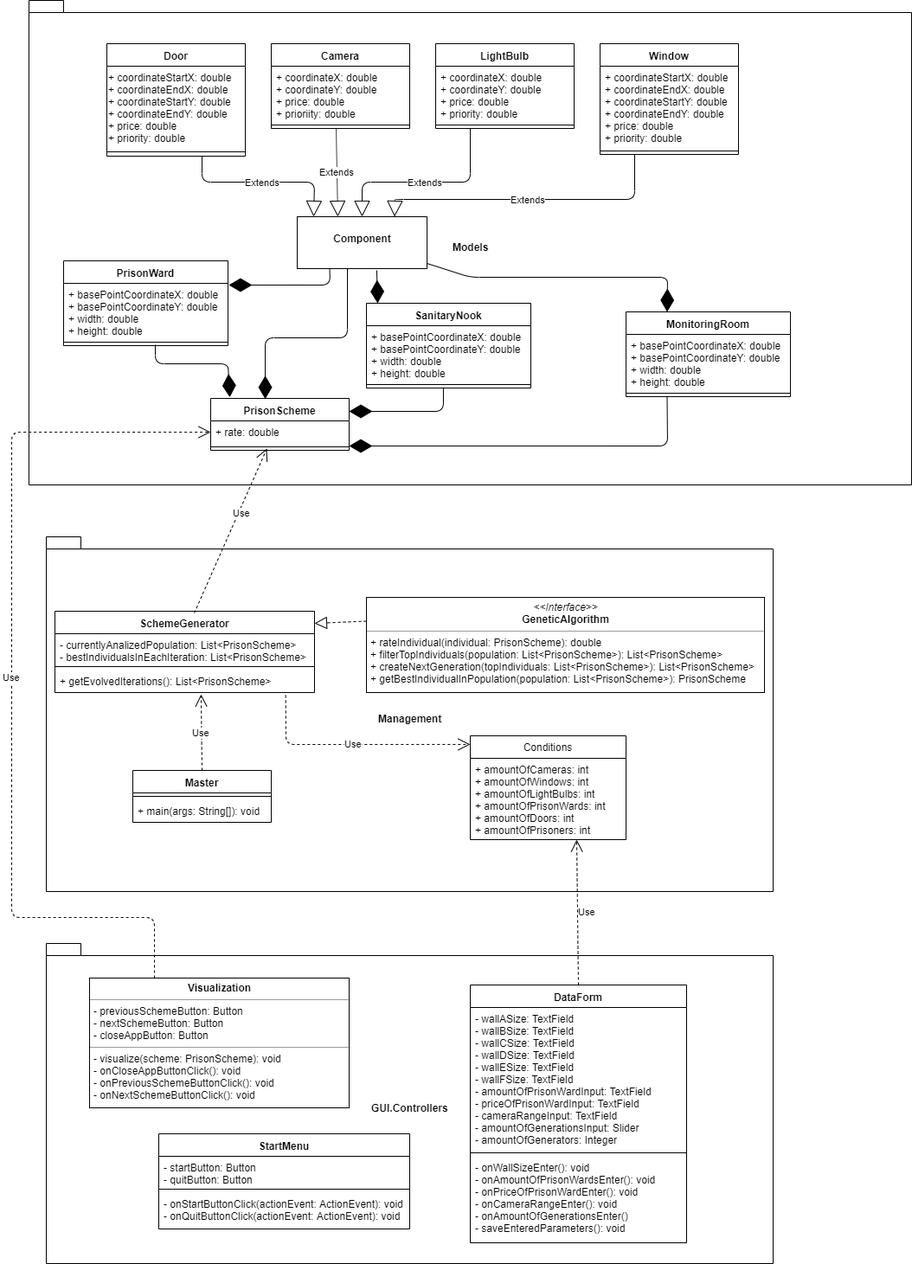
This is Specyfikacja_implementacyjna_RealityForetell/Class_diagram_Reality_Foretell.png from ElAdriano/reality-foretell, a draw.io export, as it was before one commit. Source tidied: cells renumbered, new cells last; positions are measured from the earlier drawing's top-left corner, leaving out a move shared by most shapes.
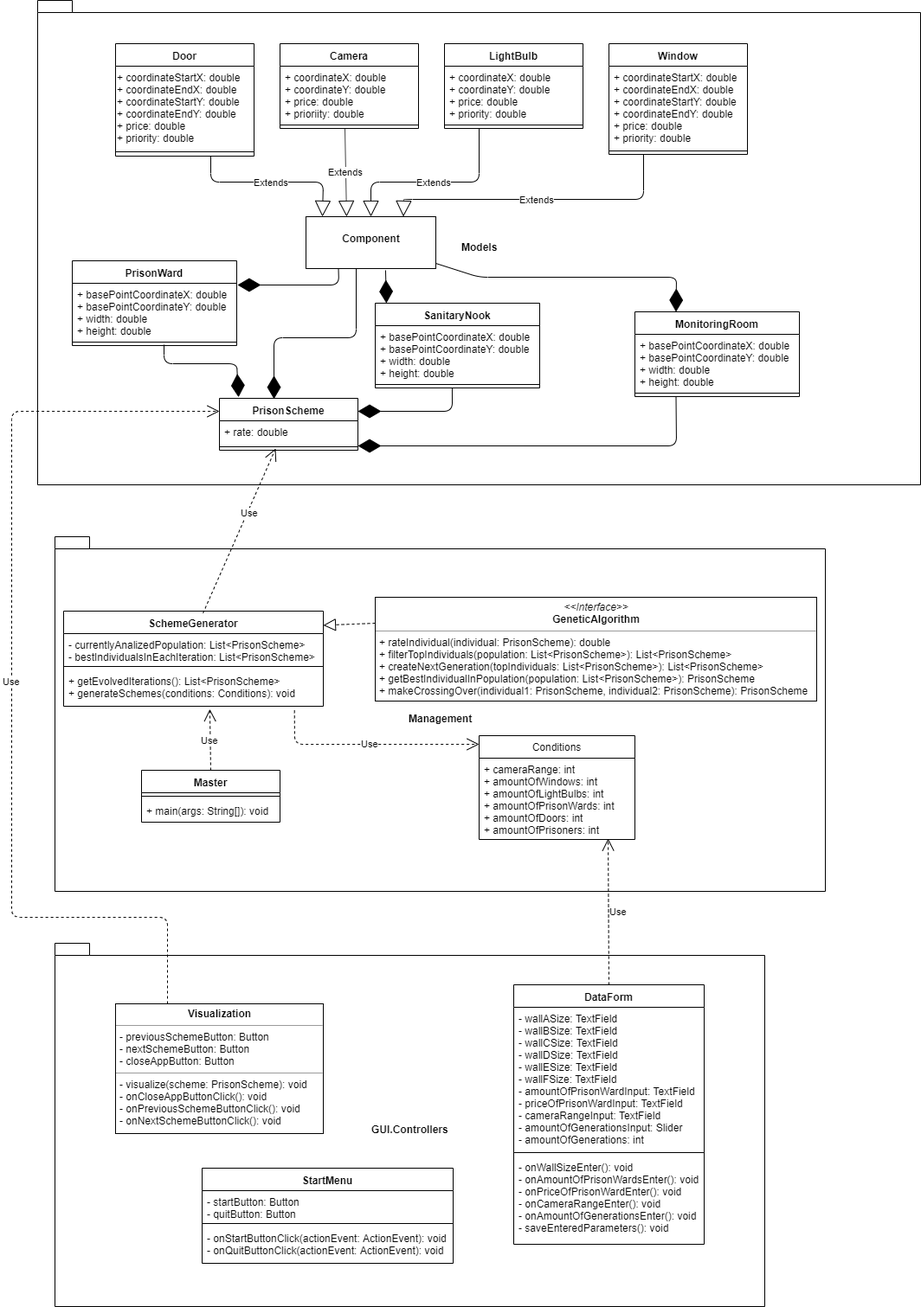
Above is the later version.

Diff of the diagram source:
```diff
@@ -3,7 +3,7 @@
     <mxCell id="0" />
     <mxCell id="1" parent="0" />
     <mxCell id="2" value="Management" style="shape=folder;fontStyle=1;spacingTop=10;tabWidth=40;tabHeight=14;tabPosition=left;html=1;" parent="1" vertex="1">
-      <mxGeometry x="40" y="620" width="840" height="410" as="geometry" />
+      <mxGeometry x="40" y="620" width="890" height="410" as="geometry" />
     </mxCell>
     <mxCell id="3" value="Master" style="swimlane;fontStyle=1;align=center;verticalAlign=top;horizontal=1;startSize=26;" parent="1" vertex="1">
       <mxGeometry x="140" y="890" width="160" height="60" as="geometry" />
@@ -15,7 +15,7 @@
       <mxGeometry y="34" width="160" height="26" as="geometry" />
     </mxCell>
     <mxCell id="6" value="SchemeGenerator" style="swimlane;fontStyle=1;align=center;verticalAlign=top;horizontal=1;startSize=26;" parent="1" vertex="1">
-      <mxGeometry x="50" y="706" width="300" height="94" as="geometry" />
+      <mxGeometry x="50" y="706" width="300" height="110" as="geometry" />
     </mxCell>
     <mxCell id="7" value="- currentlyAnalizedPopulation: List&lt;PrisonScheme&gt;&#10;- bestIndividualsInEachIteration: List&lt;PrisonScheme&gt;" style="text;strokeColor=none;fillColor=none;align=left;verticalAlign=top;spacingLeft=4;spacingRight=4;overflow=hidden;" parent="6" vertex="1">
       <mxGeometry y="26" width="300" height="34" as="geometry" />
@@ -23,11 +23,11 @@
     <mxCell id="8" style="line;strokeWidth=1;fillColor=none;align=left;verticalAlign=middle;spacingTop=-1;spacingLeft=3;spacingRight=3;labelPosition=right;" parent="6" vertex="1">
       <mxGeometry y="60" width="300" height="8" as="geometry" />
     </mxCell>
-    <mxCell id="9" value="+ getEvolvedIterations(): List&lt;PrisonScheme&gt;" style="text;strokeColor=none;fillColor=none;align=left;verticalAlign=top;spacingLeft=4;spacingRight=4;overflow=hidden;points=[[0,0.5],[1,0.5]];portConstraint=eastwest;" parent="6" vertex="1">
-      <mxGeometry y="68" width="300" height="26" as="geometry" />
+    <mxCell id="9" value="+ getEvolvedIterations(): List&lt;PrisonScheme&gt;&#10;+ generateSchemes(conditions: Conditions): void" style="text;strokeColor=none;fillColor=none;align=left;verticalAlign=top;spacingLeft=4;spacingRight=4;overflow=hidden;points=[[0,0.5],[1,0.5]];portConstraint=eastwest;" parent="6" vertex="1">
+      <mxGeometry y="68" width="300" height="42" as="geometry" />
     </mxCell>
-    <mxCell id="10" value="&lt;p style=&quot;margin: 0px ; margin-top: 4px ; text-align: center&quot;&gt;&lt;i&gt;&amp;lt;&amp;lt;Interface&amp;gt;&amp;gt;&lt;/i&gt;&lt;br&gt;&lt;b&gt;GeneticAlgorithm&lt;/b&gt;&lt;/p&gt;&lt;hr size=&quot;1&quot;&gt;&lt;p style=&quot;margin: 0px ; margin-left: 4px&quot;&gt;+ rateIndividual(individual: PrisonScheme): double&lt;br&gt;+ filterTopIndividuals(population: List&amp;lt;PrisonScheme&amp;gt;): List&amp;lt;PrisonScheme&amp;gt;&lt;/p&gt;&lt;p style=&quot;margin: 0px ; margin-left: 4px&quot;&gt;+ createNextGeneration(topIndividuals: List&amp;lt;PrisonScheme&amp;gt;): List&amp;lt;PrisonScheme&amp;gt;&lt;/p&gt;&lt;p style=&quot;margin: 0px ; margin-left: 4px&quot;&gt;+ getBestIndividualInPopulation(population: List&amp;lt;PrisonScheme&amp;gt;): PrisonScheme&lt;/p&gt;" style="verticalAlign=top;align=left;overflow=fill;fontSize=12;fontFamily=Helvetica;html=1;" parent="1" vertex="1">
-      <mxGeometry x="410" y="690" width="460" height="110" as="geometry" />
+    <mxCell id="10" value="&lt;p style=&quot;margin: 0px ; margin-top: 4px ; text-align: center&quot;&gt;&lt;i&gt;&amp;lt;&amp;lt;Interface&amp;gt;&amp;gt;&lt;/i&gt;&lt;br&gt;&lt;b&gt;GeneticAlgorithm&lt;/b&gt;&lt;/p&gt;&lt;hr size=&quot;1&quot;&gt;&lt;p style=&quot;margin: 0px ; margin-left: 4px&quot;&gt;+ rateIndividual(individual: PrisonScheme): double&lt;br&gt;+ filterTopIndividuals(population: List&amp;lt;PrisonScheme&amp;gt;): List&amp;lt;PrisonScheme&amp;gt;&lt;/p&gt;&lt;p style=&quot;margin: 0px ; margin-left: 4px&quot;&gt;+ createNextGeneration(topIndividuals: List&amp;lt;PrisonScheme&amp;gt;): List&amp;lt;PrisonScheme&amp;gt;&lt;/p&gt;&lt;p style=&quot;margin: 0px ; margin-left: 4px&quot;&gt;+ getBestIndividualInPopulation(population: List&amp;lt;PrisonScheme&amp;gt;): PrisonScheme&lt;/p&gt;&lt;p style=&quot;margin: 0px ; margin-left: 4px&quot;&gt;+ makeCrossingOver(individual1: PrisonScheme, individual2: PrisonScheme): PrisonScheme&lt;/p&gt;" style="verticalAlign=top;align=left;overflow=fill;fontSize=12;fontFamily=Helvetica;html=1;" parent="1" vertex="1">
+      <mxGeometry x="410" y="690" width="510" height="120" as="geometry" />
     </mxCell>
     <mxCell id="11" style="endArrow=block;dashed=1;endFill=0;endSize=12;html=1;entryX=1;entryY=0.149;entryDx=0;entryDy=0;entryPerimeter=0;exitX=0;exitY=0.25;exitDx=0;exitDy=0;" parent="1" edge="1" source="10" target="6">
       <mxGeometry relative="1" as="geometry" />
@@ -38,7 +38,7 @@
     <mxCell id="13" value="Conditions" style="swimlane;fontStyle=0;horizontal=1;startSize=26;fillColor=none;" parent="1" vertex="1">
       <mxGeometry x="530" y="850" width="180" height="120" as="geometry" />
     </mxCell>
-    <mxCell id="14" value="+ amountOfCameras: int&#10;+ amountOfWindows: int&#10;+ amountOfLightBulbs: int&#10;+ amountOfPrisonWards: int&#10;+ amountOfDoors: int&#10;+ amountOfPrisoners: int" style="text;strokeColor=none;fillColor=none;align=left;verticalAlign=top;spacingLeft=4;spacingRight=4;overflow=hidden;points=[[0,0.5],[1,0.5]];portConstraint=eastwest;" parent="13" vertex="1">
+    <mxCell id="14" value="+ cameraRange: int&#10;+ amountOfWindows: int&#10;+ amountOfLightBulbs: int&#10;+ amountOfPrisonWards: int&#10;+ amountOfDoors: int&#10;+ amountOfPrisoners: int" style="text;strokeColor=none;fillColor=none;align=left;verticalAlign=top;spacingLeft=4;spacingRight=4;overflow=hidden;points=[[0,0.5],[1,0.5]];portConstraint=eastwest;" parent="13" vertex="1">
       <mxGeometry y="26" width="180" height="94" as="geometry" />
     </mxCell>
     <mxCell id="15" value="Models" style="shape=folder;fontStyle=1;spacingTop=10;tabWidth=40;tabHeight=14;tabPosition=left;html=1;" parent="1" vertex="1">
@@ -211,10 +211,10 @@
       </mxGeometry>
     </mxCell>
     <mxCell id="54" value="GUI.Controllers" style="shape=folder;fontStyle=1;spacingTop=10;tabWidth=40;tabHeight=14;tabPosition=left;html=1;" parent="1" vertex="1">
-      <mxGeometry x="40" y="1090" width="840" height="370" as="geometry" />
+      <mxGeometry x="40" y="1090" width="820" height="420" as="geometry" />
     </mxCell>
     <mxCell id="55" value="StartMenu" style="swimlane;fontStyle=1;align=center;verticalAlign=top;horizontal=1;startSize=26;" parent="1" vertex="1">
-      <mxGeometry x="170" y="1310" width="290" height="110" as="geometry" />
+      <mxGeometry x="210" y="1350" width="290" height="110" as="geometry" />
     </mxCell>
     <mxCell id="56" value="- startButton: Button&#10;- quitButton: Button" style="text;strokeColor=none;fillColor=none;align=left;verticalAlign=top;spacingLeft=4;spacingRight=4;overflow=hidden;" parent="55" vertex="1">
       <mxGeometry y="26" width="290" height="34" as="geometry" />
@@ -226,31 +226,29 @@
       <mxGeometry y="68" width="290" height="42" as="geometry" />
     </mxCell>
     <mxCell id="59" value="DataForm" style="swimlane;fontStyle=1;align=center;verticalAlign=top;horizontal=1;startSize=26;" parent="1" vertex="1">
-      <mxGeometry x="530" y="1138" width="250" height="298" as="geometry" />
+      <mxGeometry x="570" y="1138" width="220" height="300" as="geometry" />
     </mxCell>
-    <mxCell id="60" value="- wallASize: TextField&#10;- wallBSize: TextField&#10;- wallCSize: TextField&#10;- wallDSize: TextField&#10;- wallESize: TextField&#10;- wallFSize: TextField&#10;- amountOfPrisonWardInput: TextField&#10;- priceOfPrisonWardInput: TextField&#10;- cameraRangeInput: TextField&#10;- amountOfGenerationsInput: Slider&#10;- amountOfGenerators: Integer" style="text;strokeColor=none;fillColor=none;align=left;verticalAlign=top;spacingLeft=4;spacingRight=4;overflow=hidden;" parent="59" vertex="1">
-      <mxGeometry y="26" width="250" height="164" as="geometry" />
+    <mxCell id="60" value="- wallASize: TextField&#10;- wallBSize: TextField&#10;- wallCSize: TextField&#10;- wallDSize: TextField&#10;- wallESize: TextField&#10;- wallFSize: TextField&#10;- amountOfPrisonWardInput: TextField&#10;- priceOfPrisonWardInput: TextField&#10;- cameraRangeInput: TextField&#10;- amountOfGenerationsInput: Slider&#10;- amountOfGenerations: int" style="text;strokeColor=none;fillColor=none;align=left;verticalAlign=top;spacingLeft=4;spacingRight=4;overflow=hidden;" parent="59" vertex="1">
+      <mxGeometry y="26" width="220" height="164" as="geometry" />
     </mxCell>
     <mxCell id="61" style="line;strokeWidth=1;fillColor=none;align=left;verticalAlign=middle;spacingTop=-1;spacingLeft=3;spacingRight=3;labelPosition=right;" parent="59" vertex="1">
-      <mxGeometry y="190" width="250" height="8" as="geometry" />
+      <mxGeometry y="190" width="220" height="8" as="geometry" />
     </mxCell>
-    <mxCell id="62" value="- onWallSizeEnter(): void&#10;- onAmountOfPrisonWardsEnter(): void&#10;- onPriceOfPrisonWardEnter(): void&#10;- onCameraRangeEnter(): void&#10;- onAmountOfGenerationsEnter()&#10;- saveEnteredParameters(): void" style="text;strokeColor=none;fillColor=none;align=left;verticalAlign=top;spacingLeft=4;spacingRight=4;overflow=hidden;" parent="59" vertex="1">
-      <mxGeometry y="198" width="250" height="100" as="geometry" />
+    <mxCell id="62" value="- onWallSizeEnter(): void&#10;- onAmountOfPrisonWardsEnter(): void&#10;- onPriceOfPrisonWardEnter(): void&#10;- onCameraRangeEnter(): void&#10;- onAmountOfGenerationsEnter(): void&#10;- saveEnteredParameters(): void" style="text;strokeColor=none;fillColor=none;align=left;verticalAlign=top;spacingLeft=4;spacingRight=4;overflow=hidden;" parent="59" vertex="1">
+      <mxGeometry y="198" width="220" height="102" as="geometry" />
     </mxCell>
-    <mxCell id="63" value="&lt;p style=&quot;margin: 0px ; margin-top: 4px ; text-align: center&quot;&gt;&lt;b&gt;Visualization&lt;/b&gt;&lt;/p&gt;&lt;hr size=&quot;1&quot;&gt;&lt;p style=&quot;margin: 0px ; margin-left: 4px&quot;&gt;- previousSchemeButton: Button&lt;/p&gt;&lt;p style=&quot;margin: 0px ; margin-left: 4px&quot;&gt;- nextSchemeButton: Button&lt;/p&gt;&lt;p style=&quot;margin: 0px ; margin-left: 4px&quot;&gt;- closeAppButton: Button&lt;/p&gt;&lt;hr size=&quot;1&quot;&gt;&lt;p style=&quot;margin: 0px ; margin-left: 4px&quot;&gt;- visualize(scheme: PrisonScheme&lt;span&gt;): void&lt;/span&gt;&lt;/p&gt;&lt;p style=&quot;margin: 0px ; margin-left: 4px&quot;&gt;&lt;span&gt;- onCloseAppButtonClick(): void&lt;/span&gt;&lt;/p&gt;&lt;p style=&quot;margin: 0px ; margin-left: 4px&quot;&gt;&lt;span&gt;- onPreviousSchemeButtonClick(): void&lt;/span&gt;&lt;/p&gt;&lt;p style=&quot;margin: 0px ; margin-left: 4px&quot;&gt;&lt;span&gt;- onNextSchemeButtonClick(): void&lt;/span&gt;&lt;/p&gt;" style="verticalAlign=top;align=left;overflow=fill;fontSize=12;fontFamily=Helvetica;html=1;" parent="1" vertex="1">
-      <mxGeometry x="90" y="1130" width="300" height="150" as="geometry" />
+    <mxCell id="63" value="&lt;p style=&quot;margin: 0px ; margin-top: 4px ; text-align: center&quot;&gt;&lt;b&gt;Visualization&lt;/b&gt;&lt;/p&gt;&lt;hr size=&quot;1&quot;&gt;&lt;p style=&quot;margin: 0px ; margin-left: 4px&quot;&gt;- previousSchemeButton: Button&lt;/p&gt;&lt;p style=&quot;margin: 0px ; margin-left: 4px&quot;&gt;- nextSchemeButton: Button&lt;/p&gt;&lt;p style=&quot;margin: 0px ; margin-left: 4px&quot;&gt;- closeAppButton: Button&lt;/p&gt;&lt;hr size=&quot;1&quot;&gt;&lt;p style=&quot;margin: 0px ; margin-left: 4px&quot;&gt;- visualize(scheme: PrisonScheme): void&lt;/p&gt;&lt;p style=&quot;margin: 0px ; margin-left: 4px&quot;&gt;- onCloseAppButtonClick(): void&lt;/p&gt;&lt;p style=&quot;margin: 0px ; margin-left: 4px&quot;&gt;- onPreviousSchemeButtonClick(): void&lt;/p&gt;&lt;p style=&quot;margin: 0px ; margin-left: 4px&quot;&gt;- onNextSchemeButtonClick(): void&lt;/p&gt;" style="verticalAlign=top;align=left;overflow=fill;fontSize=12;fontFamily=Helvetica;html=1;" parent="1" vertex="1">
+      <mxGeometry x="110" y="1160" width="240" height="150" as="geometry" />
     </mxCell>
-    <mxCell id="64" value="Use" style="endArrow=open;endSize=12;dashed=1;html=1;exitX=0.5;exitY=0;exitDx=0;exitDy=0;" parent="1" edge="1" source="59">
-      <mxGeometry y="-11" relative="1" as="geometry">
-        <mxPoint x="653" y="970" as="targetPoint" />
-      </mxGeometry>
+    <mxCell id="64" value="Use" style="endArrow=open;endSize=12;dashed=1;html=1;exitX=0.5;exitY=0;exitDx=0;exitDy=0;entryX=0.828;entryY=0.989;entryDx=0;entryDy=0;entryPerimeter=0;" parent="1" edge="1" source="59" target="14">
+      <mxGeometry y="-11" relative="1" as="geometry" />
     </mxCell>
-    <mxCell id="65" value="Use" style="endArrow=open;endSize=12;dashed=1;html=1;exitX=0.25;exitY=0;exitDx=0;exitDy=0;entryX=0;entryY=0.5;entryDx=0;entryDy=0;" parent="1" edge="1" source="63" target="17">
+    <mxCell id="65" value="Use" style="endArrow=open;endSize=12;dashed=1;html=1;exitX=0.25;exitY=0;exitDx=0;exitDy=0;entryX=0;entryY=0.25;entryDx=0;entryDy=0;" parent="1" edge="1" source="63" target="16">
       <mxGeometry relative="1" as="geometry">
         <Array as="points">
-          <mxPoint x="165" y="1060" />
-          <mxPoint y="1060" />
-          <mxPoint y="499" />
+          <mxPoint x="170" y="1060" />
+          <mxPoint x="-10" y="1060" />
+          <mxPoint x="-10" y="475" />
         </Array>
       </mxGeometry>
     </mxCell>
```
